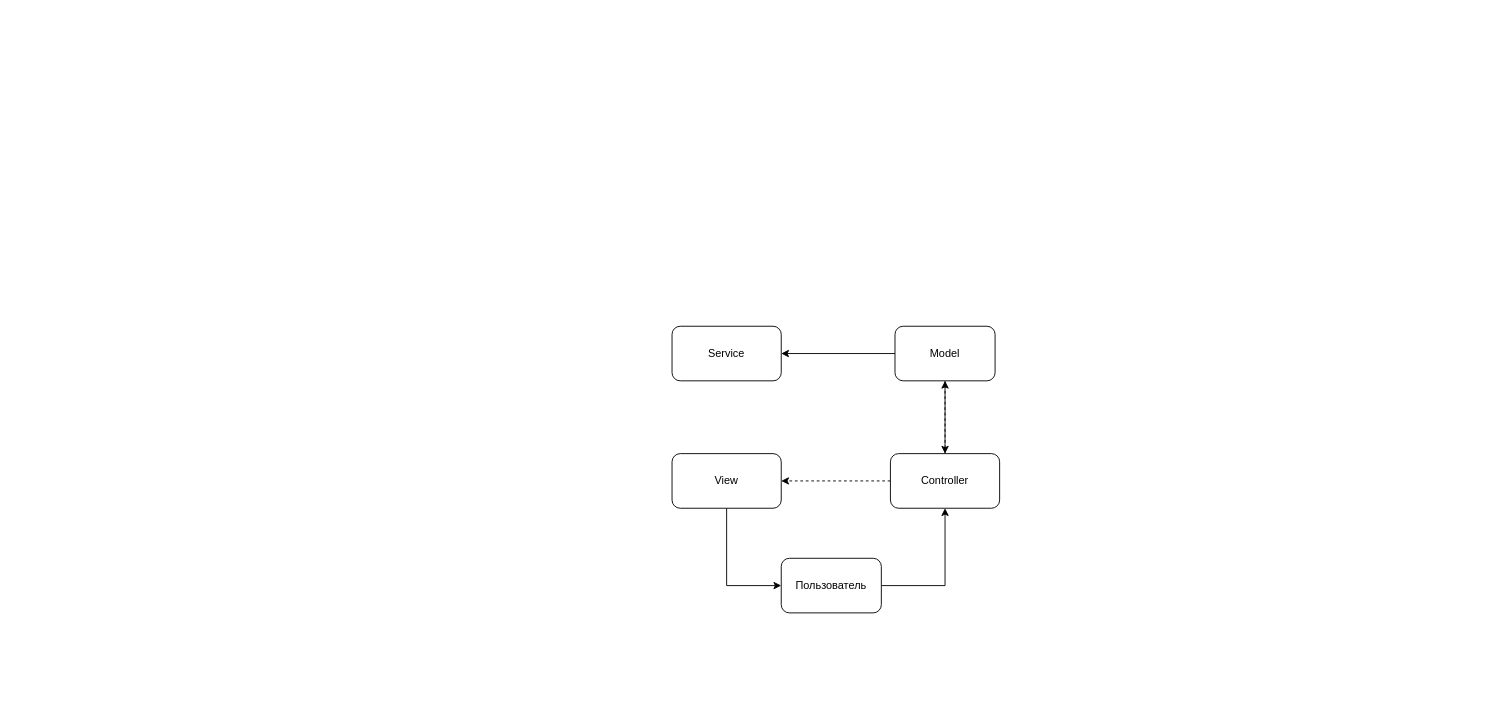
This is Untitled Diagram.drawio from sergeykotenkogithub/phpShop, a draw.io file, before an edit. Source tidied: cells renumbered, new cells numbered last; positions are measured from the earlier drawing's top-left corner, leaving out a move shared by most shapes. Both pictures are drawn from the tidied source at 91%, with x=0, y=0 at pixel (672, 326).
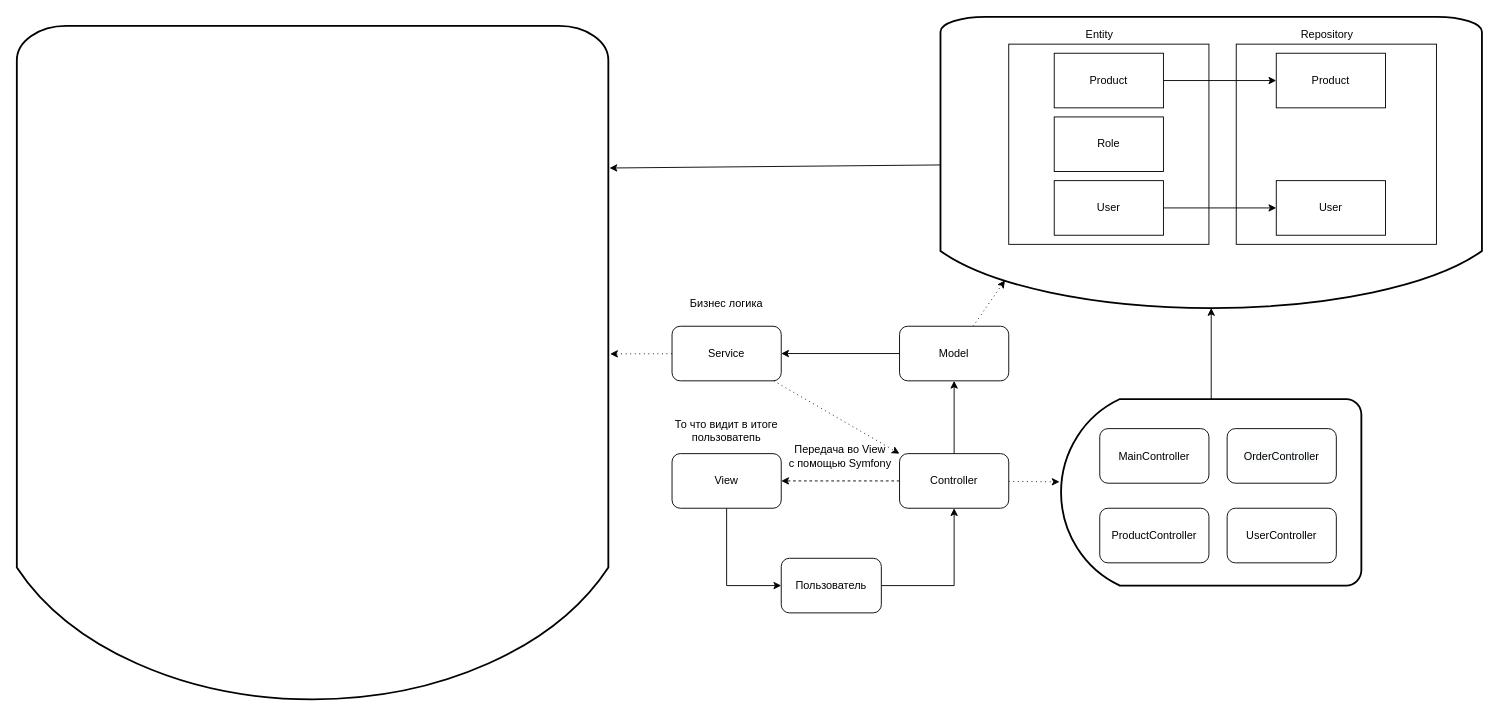
Above is the later version.

Unchanged cells that the change refers to:
```xml
<mxCell id="8" value="Service" style="rounded=1;whiteSpace=wrap;html=1;" parent="1" vertex="1">
  <mxGeometry width="120" height="60" as="geometry" />
</mxCell>
```

The edit, as a diff of the source:
```diff
@@
-    <mxCell id="3" style="edgeStyle=orthogonalEdgeStyle;rounded=0;jettySize=auto;html=1;entryX=0.5;entryY=1;entryDx=0;entryDy=0;dashed=1;" parent="1" edge="1" source="4" target="7">
-      <mxGeometry relative="1" as="geometry" />
-    </mxCell>
+    <mxCell id="13" style="edgeStyle=none;rounded=0;jettySize=auto;html=1;" parent="1" edge="1" source="4">
+      <mxGeometry relative="1" as="geometry">
+        <mxPoint x="310" y="60" as="targetPoint" />
+      </mxGeometry>
+    </mxCell>
+    <mxCell id="14" style="edgeStyle=none;rounded=0;jettySize=auto;html=1;entryX=1.005;entryY=0.556;entryDx=0;entryDy=0;entryPerimeter=0;dashed=1;dashPattern=1 4;" parent="1" edge="1" source="4" target="23">
+      <mxGeometry relative="1" as="geometry" />
+    </mxCell>
     <mxCell id="4" value="Controller" style="rounded=1;whiteSpace=wrap;html=1;" parent="1" vertex="1">
-      <mxGeometry x="240" y="140" width="120" height="60" as="geometry" />
+      <mxGeometry x="250" y="140" width="120" height="60" as="geometry" />
     </mxCell>
-    <mxCell id="5" style="edgeStyle=orthogonalEdgeStyle;rounded=0;jettySize=auto;html=1;" parent="1" edge="1" source="7">
-      <mxGeometry relative="1" as="geometry">
-        <mxPoint x="300" y="140" as="targetPoint" />
-      </mxGeometry>
-    </mxCell>
@@
+    <mxCell id="15" style="edgeStyle=none;rounded=0;jettySize=auto;html=1;entryX=0.905;entryY=0.881;entryDx=0;entryDy=0;entryPerimeter=0;dashed=1;dashPattern=1 4;" parent="1" edge="1" source="7" target="29">
+      <mxGeometry relative="1" as="geometry" />
+    </mxCell>
     <mxCell id="7" value="Model" style="rounded=1;whiteSpace=wrap;html=1;" parent="1" vertex="1">
-      <mxGeometry x="245" width="110" height="60" as="geometry" />
+      <mxGeometry x="250" width="120" height="60" as="geometry" />
     </mxCell>
+    <mxCell id="16" style="edgeStyle=none;rounded=0;jettySize=auto;html=1;entryX=0.487;entryY=-0.003;entryDx=0;entryDy=0;entryPerimeter=0;dashed=1;dashPattern=1 4;" parent="1" edge="1" source="8" target="43">
+      <mxGeometry relative="1" as="geometry" />
+    </mxCell>
+    <mxCell id="17" style="edgeStyle=none;rounded=0;jettySize=auto;html=1;entryX=0.882;entryY=0.467;entryDx=0;entryDy=0;entryPerimeter=0;dashed=1;dashPattern=1 4;" parent="1" edge="1" source="8" target="21">
+      <mxGeometry relative="1" as="geometry" />
+    </mxCell>
@@
+    <mxCell id="18" value="Бизнес логика" style="text;html=1;strokeColor=none;fillColor=none;align=center;verticalAlign=middle;whiteSpace=wrap;rounded=0;" parent="1" vertex="1">
+      <mxGeometry x="5" y="-60" width="110" height="70" as="geometry" />
+    </mxCell>
+    <mxCell id="19" style="edgeStyle=orthogonalEdgeStyle;rounded=0;orthogonalLoop=1;jettySize=auto;html=1;exitX=0.5;exitY=1;exitDx=0;exitDy=0;" parent="1" edge="1" source="18" target="18">
+      <mxGeometry relative="1" as="geometry" />
+    </mxCell>
+    <mxCell id="20" value="То что видит в итоге пользоватепь" style="text;html=1;strokeColor=none;fillColor=none;align=center;verticalAlign=middle;whiteSpace=wrap;rounded=0;" parent="1" vertex="1">
+      <mxGeometry x="-10" y="105" width="140" height="20" as="geometry" />
+    </mxCell>
+    <mxCell id="21" value="Передача во View &lt;br&gt;c помощью Symfony" style="text;html=1;strokeColor=none;fillColor=none;align=center;verticalAlign=middle;whiteSpace=wrap;rounded=0;" parent="1" vertex="1">
+      <mxGeometry x="100" y="105" width="170" height="75" as="geometry" />
+    </mxCell>
+    <mxCell id="22" style="edgeStyle=none;rounded=0;jettySize=auto;html=1;" parent="1" edge="1" source="23" target="29">
+      <mxGeometry relative="1" as="geometry" />
+    </mxCell>
+    <mxCell id="23" style="strokeWidth=2;html=1;shape=mxgraph.flowchart.delay;whiteSpace=wrap;shadow=0;labelBackgroundColor=none;sketch=0;fillColor=#ffffff;gradientColor=none;direction=west;" parent="1" vertex="1">
+      <mxGeometry x="427.5" y="80" width="330" height="205" as="geometry" />
+    </mxCell>
+    <mxCell id="24" value="&lt;span&gt;MainController&lt;/span&gt;" style="rounded=1;whiteSpace=wrap;html=1;shadow=0;labelBackgroundColor=none;sketch=0;fillColor=#ffffff;gradientColor=none;" parent="1" vertex="1">
+      <mxGeometry x="470" y="112.5" width="120" height="60" as="geometry" />
+    </mxCell>
+    <mxCell id="25" value="&#10;&#10;&lt;span style=&quot;color: rgb(0, 0, 0); font-family: helvetica; font-size: 12px; font-style: normal; font-weight: 400; letter-spacing: normal; text-align: center; text-indent: 0px; text-transform: none; word-spacing: 0px; background-color: rgb(248, 249, 250); display: inline; float: none;&quot;&gt;OrderController&lt;/span&gt;&#10;&#10;" style="rounded=1;whiteSpace=wrap;html=1;shadow=0;labelBackgroundColor=none;sketch=0;fillColor=#ffffff;gradientColor=none;" parent="1" vertex="1">
+      <mxGeometry x="610" y="112.5" width="120" height="60" as="geometry" />
+    </mxCell>
+    <mxCell id="26" value="&lt;span&gt;ProductController&lt;/span&gt;" style="rounded=1;whiteSpace=wrap;html=1;shadow=0;labelBackgroundColor=none;sketch=0;fillColor=#ffffff;gradientColor=none;" parent="1" vertex="1">
+      <mxGeometry x="470" y="200" width="120" height="60" as="geometry" />
+    </mxCell>
+    <mxCell id="27" value="&lt;span&gt;UserController&lt;/span&gt;" style="rounded=1;whiteSpace=wrap;html=1;shadow=0;labelBackgroundColor=none;sketch=0;fillColor=#ffffff;gradientColor=none;" parent="1" vertex="1">
+      <mxGeometry x="610" y="200" width="120" height="60" as="geometry" />
+    </mxCell>
+    <mxCell id="28" style="edgeStyle=none;rounded=0;jettySize=auto;html=1;entryX=0.211;entryY=-0.002;entryDx=0;entryDy=0;entryPerimeter=0;" parent="1" edge="1" source="29" target="43">
+      <mxGeometry relative="1" as="geometry" />
+    </mxCell>
+    <mxCell id="29" style="strokeWidth=2;html=1;shape=mxgraph.flowchart.delay;whiteSpace=wrap;shadow=0;labelBackgroundColor=none;sketch=0;fillColor=#ffffff;gradientColor=none;direction=south;" parent="1" vertex="1">
+      <mxGeometry x="295" y="-340" width="595" height="320" as="geometry" />
+    </mxCell>
+    <mxCell id="30" style="edgeStyle=none;rounded=0;orthogonalLoop=1;jettySize=auto;html=1;exitX=0;exitY=0.5;exitDx=0;exitDy=0;exitPerimeter=0;dashed=1;dashPattern=1 4;" parent="1" edge="1">
+      <mxGeometry relative="1" as="geometry">
+        <mxPoint x="575" y="-280" as="sourcePoint" />
+        <mxPoint x="575" y="-280" as="targetPoint" />
+      </mxGeometry>
+    </mxCell>
+    <mxCell id="31" style="whiteSpace=wrap;html=1;shadow=0;labelBackgroundColor=none;sketch=0;fillColor=#ffffff;gradientColor=none;" parent="1" vertex="1">
+      <mxGeometry x="370" y="-310" width="220" height="220" as="geometry" />
+    </mxCell>
+    <mxCell id="32" style="whiteSpace=wrap;html=1;shadow=0;labelBackgroundColor=none;sketch=0;fillColor=#ffffff;gradientColor=none;" parent="1" vertex="1">
+      <mxGeometry x="620" y="-310" width="220" height="220" as="geometry" />
+    </mxCell>
+    <mxCell id="33" style="edgeStyle=none;rounded=0;jettySize=auto;html=1;entryX=0;entryY=0.5;entryDx=0;entryDy=0;" parent="1" edge="1" source="34" target="40">
+      <mxGeometry relative="1" as="geometry" />
+    </mxCell>
+    <mxCell id="34" value="Product" style="rounded=0;whiteSpace=wrap;html=1;shadow=0;labelBackgroundColor=none;sketch=0;fillColor=#ffffff;gradientColor=none;" parent="1" vertex="1">
+      <mxGeometry x="420" y="-300" width="120" height="60" as="geometry" />
+    </mxCell>
+    <mxCell id="35" value="Role" style="rounded=0;whiteSpace=wrap;html=1;shadow=0;labelBackgroundColor=none;sketch=0;fillColor=#ffffff;gradientColor=none;" parent="1" vertex="1">
+      <mxGeometry x="420" y="-230" width="120" height="60" as="geometry" />
+    </mxCell>
+    <mxCell id="36" value="Entity" style="text;html=1;strokeColor=none;fillColor=none;align=center;verticalAlign=middle;whiteSpace=wrap;rounded=0;shadow=0;labelBackgroundColor=none;sketch=0;" parent="1" vertex="1">
+      <mxGeometry x="450" y="-330" width="40" height="20" as="geometry" />
+    </mxCell>
+    <mxCell id="37" value="Repository" style="text;html=1;strokeColor=none;fillColor=none;align=center;verticalAlign=middle;whiteSpace=wrap;rounded=0;shadow=0;labelBackgroundColor=none;sketch=0;" parent="1" vertex="1">
+      <mxGeometry x="700" y="-330" width="40" height="20" as="geometry" />
+    </mxCell>
+    <mxCell id="38" style="edgeStyle=none;rounded=0;jettySize=auto;html=1;entryX=0;entryY=0.5;entryDx=0;entryDy=0;" parent="1" edge="1" source="39" target="41">
+      <mxGeometry relative="1" as="geometry" />
+    </mxCell>
+    <mxCell id="39" value="User" style="rounded=0;whiteSpace=wrap;html=1;shadow=0;labelBackgroundColor=none;sketch=0;fillColor=#ffffff;gradientColor=none;" parent="1" vertex="1">
+      <mxGeometry x="420" y="-160" width="120" height="60" as="geometry" />
+    </mxCell>
+    <mxCell id="40" value="Product" style="rounded=0;whiteSpace=wrap;html=1;shadow=0;labelBackgroundColor=none;sketch=0;fillColor=#ffffff;gradientColor=none;" parent="1" vertex="1">
+      <mxGeometry x="664" y="-300" width="120" height="60" as="geometry" />
+    </mxCell>
+    <mxCell id="41" value="User" style="rounded=0;whiteSpace=wrap;html=1;shadow=0;labelBackgroundColor=none;sketch=0;fillColor=#ffffff;gradientColor=none;" parent="1" vertex="1">
+      <mxGeometry x="664" y="-160" width="120" height="60" as="geometry" />
+    </mxCell>
+    <mxCell id="42" style="edgeStyle=none;rounded=0;orthogonalLoop=1;jettySize=auto;html=1;exitX=0.75;exitY=0;exitDx=0;exitDy=0;" parent="1" edge="1" source="24" target="24">
+      <mxGeometry relative="1" as="geometry" />
+    </mxCell>
+    <mxCell id="43" style="strokeWidth=2;html=1;shape=mxgraph.flowchart.delay;whiteSpace=wrap;shadow=0;labelBackgroundColor=none;sketch=0;fillColor=#ffffff;gradientColor=none;direction=south;" parent="1" vertex="1">
+      <mxGeometry x="-720" y="-330" width="650" height="740" as="geometry" />
+    </mxCell>
```
